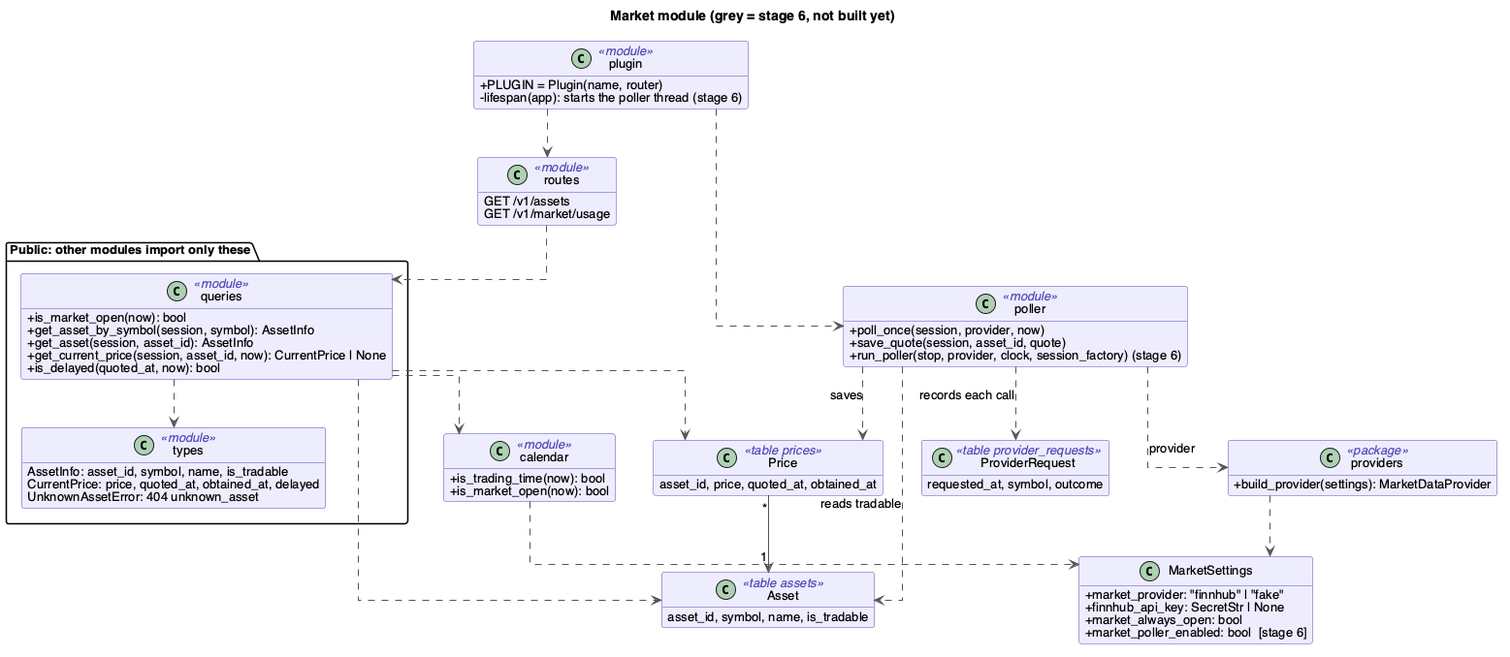
davislenover/BurnNEarn keeps this PlantUML diagram as docs/Design/SoftArchitecture/figures/market.png. Above is the earlier version.
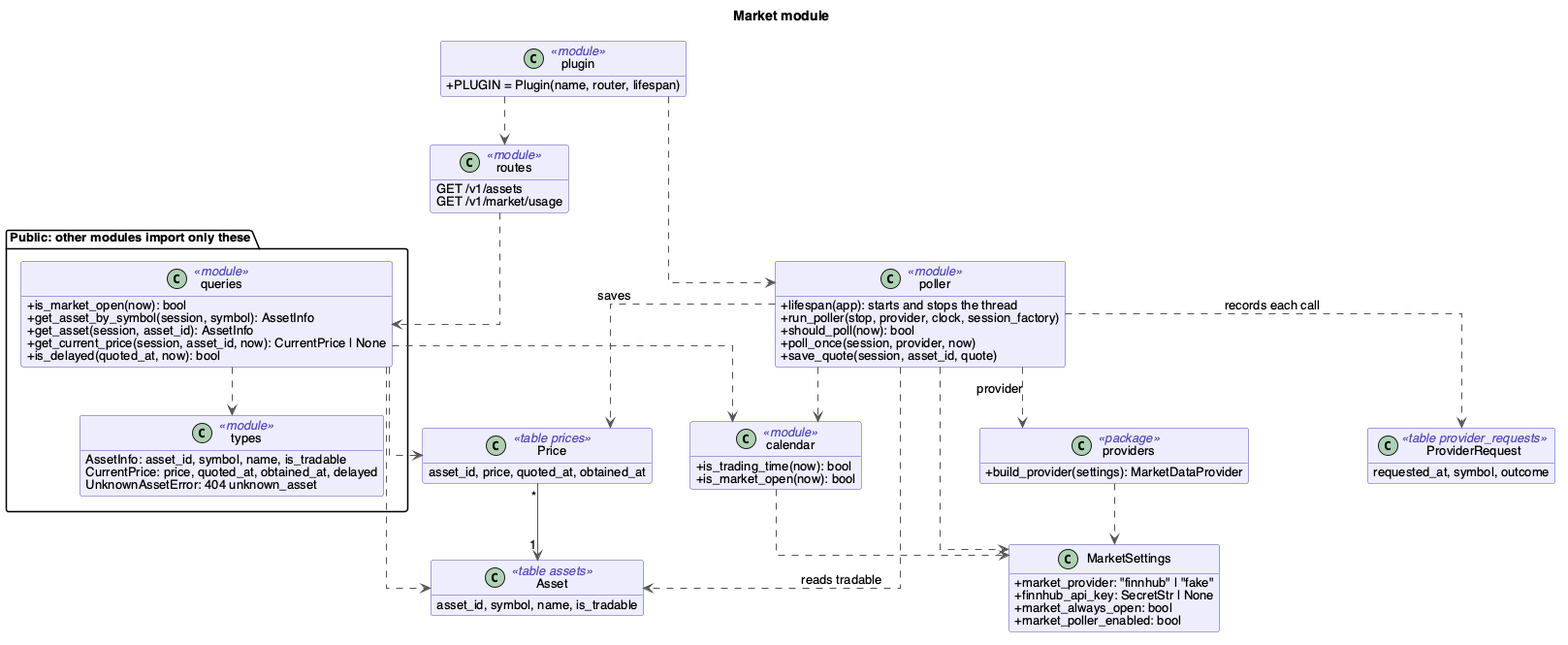
After the change.

Commit message:
Run the price poller on a background thread while the market is open (#187)

What changed in the source:
```diff
@@ -1,6 +1,6 @@
 @startuml market
 !include style.iuml
-title Market module (grey = stage 6, not built yet)
+title Market module
 
 package "Public: other modules import only these" #FAFAFA {
   class queries <<module>> {
@@ -22,13 +22,14 @@
   GET /v1/market/usage
 }
 class plugin <<module>> {
-  +PLUGIN = Plugin(name, router)
-  -lifespan(app): starts the poller thread (stage 6)
+  +PLUGIN = Plugin(name, router, lifespan)
 }
 class poller <<module>> {
+  +lifespan(app): starts and stops the thread
+  +run_poller(stop, provider, clock, session_factory)
+  +should_poll(now): bool
   +poll_once(session, provider, now)
   +save_quote(session, asset_id, quote)
-  +run_poller(stop, provider, clock, session_factory) (stage 6)
 }
 class calendar <<module>> {
   +is_trading_time(now): bool
@@ -38,7 +39,7 @@
   +market_provider: "finnhub" | "fake"
   +finnhub_api_key: SecretStr | None
   +market_always_open: bool
-  +market_poller_enabled: bool  [stage 6]
+  +market_poller_enabled: bool
 }
 class providers <<package>> {
   +build_provider(settings): MarketDataProvider
@@ -64,6 +65,8 @@
 poller ..> Price : saves
 poller ..> ProviderRequest : records each call
 poller ..> Asset : reads tradable
+poller ..> calendar
+poller ..> MarketSettings
 calendar ..> MarketSettings
 providers ..> MarketSettings
 Price "*" --> "1" Asset
```
